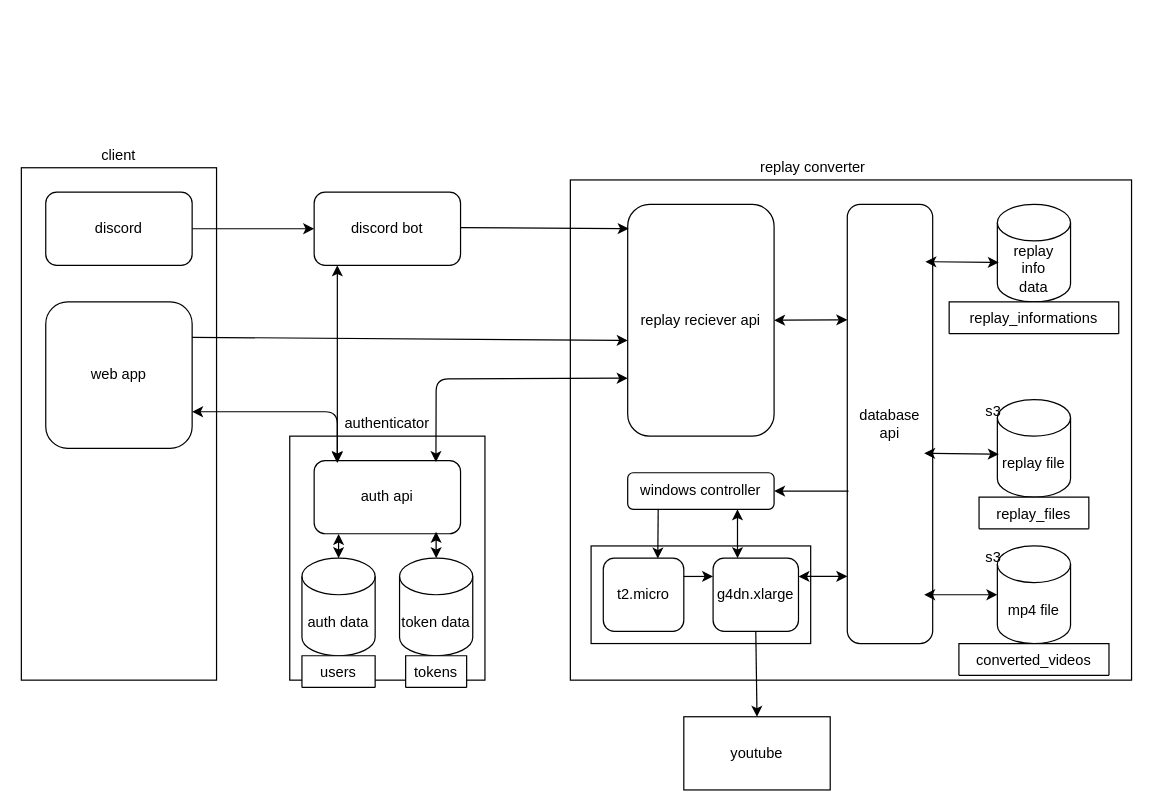
The draw.io diagram Untitled Diagram.drawio in tforce7171/replay_-to_video, before the edit. Source tidied: cells renumbered, new cells numbered last; positions are measured from the earlier drawing's top-left corner, leaving out a move shared by most shapes. Both pictures are drawn from the tidied source at 122%, with x=0, y=0 at pixel (21, 143).
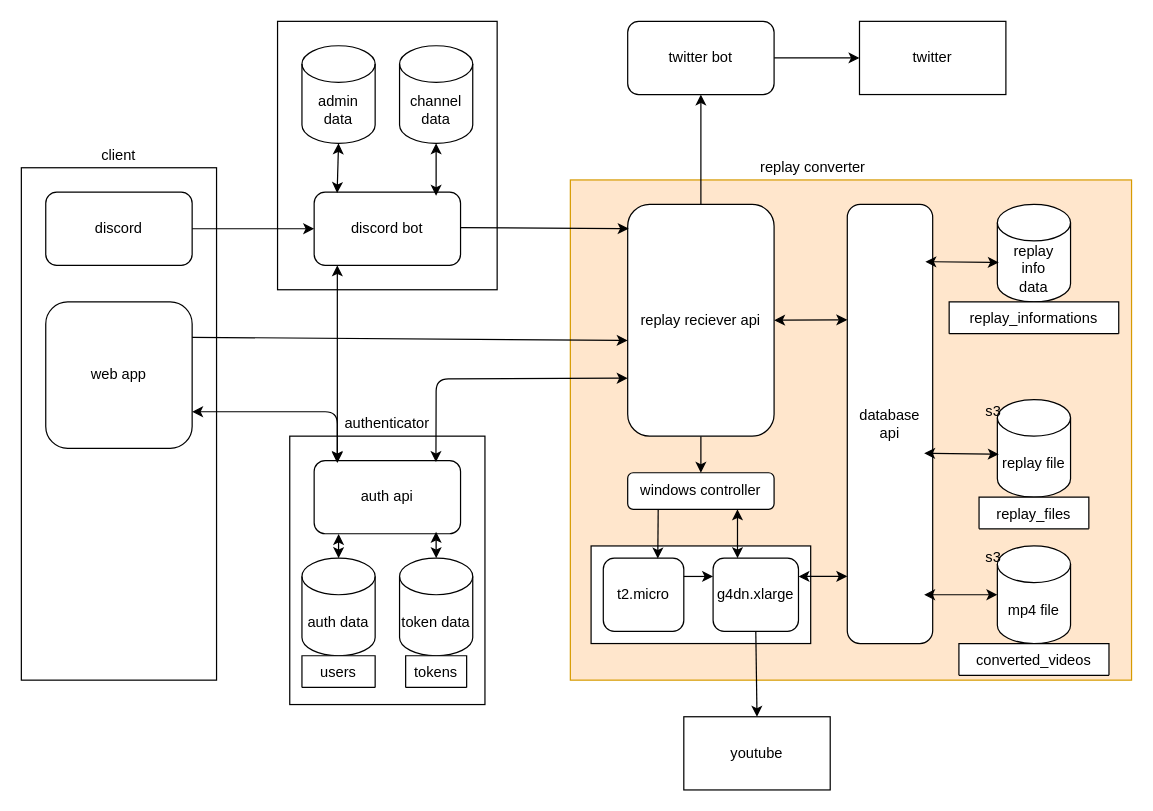
Above is the later version.

Unchanged cells that the change refers to:
```xml
<mxCell id="12" value="windows controller" style="rounded=1;whiteSpace=wrap;html=1;" parent="1" vertex="1">
  <mxGeometry x="497" y="270" width="120" height="30" as="geometry" />
</mxCell>
<mxCell id="13" value="replay reciever api" style="rounded=1;whiteSpace=wrap;html=1;" parent="1" vertex="1">
  <mxGeometry x="497" y="50" width="120" height="190" as="geometry" />
</mxCell>
<mxCell id="18" value="discord bot" style="rounded=1;whiteSpace=wrap;html=1;" parent="1" vertex="1">
  <mxGeometry x="240" y="40" width="120" height="60" as="geometry" />
</mxCell>
```

What changed in the source:
```diff
@@
+    <mxCell id="49" style="rounded=0;whiteSpace=wrap;html=1;fillColor=#ffffff;gradientColor=none;" parent="1" vertex="1">
+      <mxGeometry x="210" y="-100" width="180" height="220" as="geometry" />
+    </mxCell>
@@
     <mxCell id="3" style="rounded=0;whiteSpace=wrap;html=1;" parent="1" vertex="1">
-      <mxGeometry x="220" y="240" width="160" height="200" as="geometry" />
+      <mxGeometry x="220" y="240" width="160" height="220" as="geometry" />
     </mxCell>
-    <mxCell id="4" style="rounded=0;whiteSpace=wrap;html=1;" parent="1" vertex="1">
+    <mxCell id="4" style="rounded=0;whiteSpace=wrap;html=1;fillColor=#ffe6cc;strokeColor=#d79b00;" parent="1" vertex="1">
       <mxGeometry x="450" y="30" width="460" height="410" as="geometry" />
     </mxCell>
@@
+    <mxCell id="50" style="edgeStyle=orthogonalEdgeStyle;rounded=0;jettySize=auto;html=1;entryX=0.5;entryY=1;entryDx=0;entryDy=0;" parent="1" edge="1" source="13" target="57">
+      <mxGeometry relative="1" as="geometry" />
+    </mxCell>
+    <mxCell id="51" style="edgeStyle=orthogonalEdgeStyle;rounded=0;jettySize=auto;html=1;" parent="1" edge="1" source="13" target="12">
+      <mxGeometry relative="1" as="geometry" />
+    </mxCell>
@@
-    <mxCell id="25" style="endArrow=classic;html=1;entryX=1;entryY=0.5;entryDx=0;entryDy=0;" parent="1" edge="1" target="12">
-      <mxGeometry relative="1" as="geometry">
-        <mxPoint x="678" y="285" as="sourcePoint" />
-      </mxGeometry>
-    </mxCell>
@@
+    <mxCell id="52" value="admin&lt;br&gt;data" style="shape=cylinder3;whiteSpace=wrap;html=1;boundedLbl=1;backgroundOutline=1;size=15;fillColor=#ffffff;gradientColor=none;" parent="1" vertex="1">
+      <mxGeometry x="230" y="-80" width="60" height="80" as="geometry" />
+    </mxCell>
+    <mxCell id="53" value="channel&lt;br&gt;data" style="shape=cylinder3;whiteSpace=wrap;html=1;boundedLbl=1;backgroundOutline=1;size=15;fillColor=#ffffff;gradientColor=none;" parent="1" vertex="1">
+      <mxGeometry x="310" y="-80" width="60" height="80" as="geometry" />
+    </mxCell>
+    <mxCell id="54" style="endArrow=classic;startArrow=classic;html=1;exitX=0.5;exitY=1;exitDx=0;exitDy=0;exitPerimeter=0;entryX=0.157;entryY=0.012;entryDx=0;entryDy=0;entryPerimeter=0;" parent="1" edge="1" source="52" target="18">
+      <mxGeometry relative="1" as="geometry" />
+    </mxCell>
+    <mxCell id="55" style="endArrow=classic;startArrow=classic;html=1;exitX=0.5;exitY=1;exitDx=0;exitDy=0;exitPerimeter=0;entryX=0.833;entryY=0.05;entryDx=0;entryDy=0;entryPerimeter=0;" parent="1" edge="1" source="53" target="18">
+      <mxGeometry relative="1" as="geometry" />
+    </mxCell>
+    <mxCell id="56" style="edgeStyle=orthogonalEdgeStyle;rounded=0;jettySize=auto;html=1;entryX=0;entryY=0.5;entryDx=0;entryDy=0;" parent="1" edge="1" source="57" target="58">
+      <mxGeometry relative="1" as="geometry" />
+    </mxCell>
+    <mxCell id="57" value="twitter bot" style="rounded=1;whiteSpace=wrap;html=1;fillColor=#ffffff;gradientColor=none;" parent="1" vertex="1">
+      <mxGeometry x="497" y="-100" width="120" height="60" as="geometry" />
+    </mxCell>
+    <mxCell id="58" value="twitter" style="rounded=0;whiteSpace=wrap;html=1;fillColor=#ffffff;gradientColor=none;" parent="1" vertex="1">
+      <mxGeometry x="687" y="-100" width="120" height="60" as="geometry" />
+    </mxCell>
```
